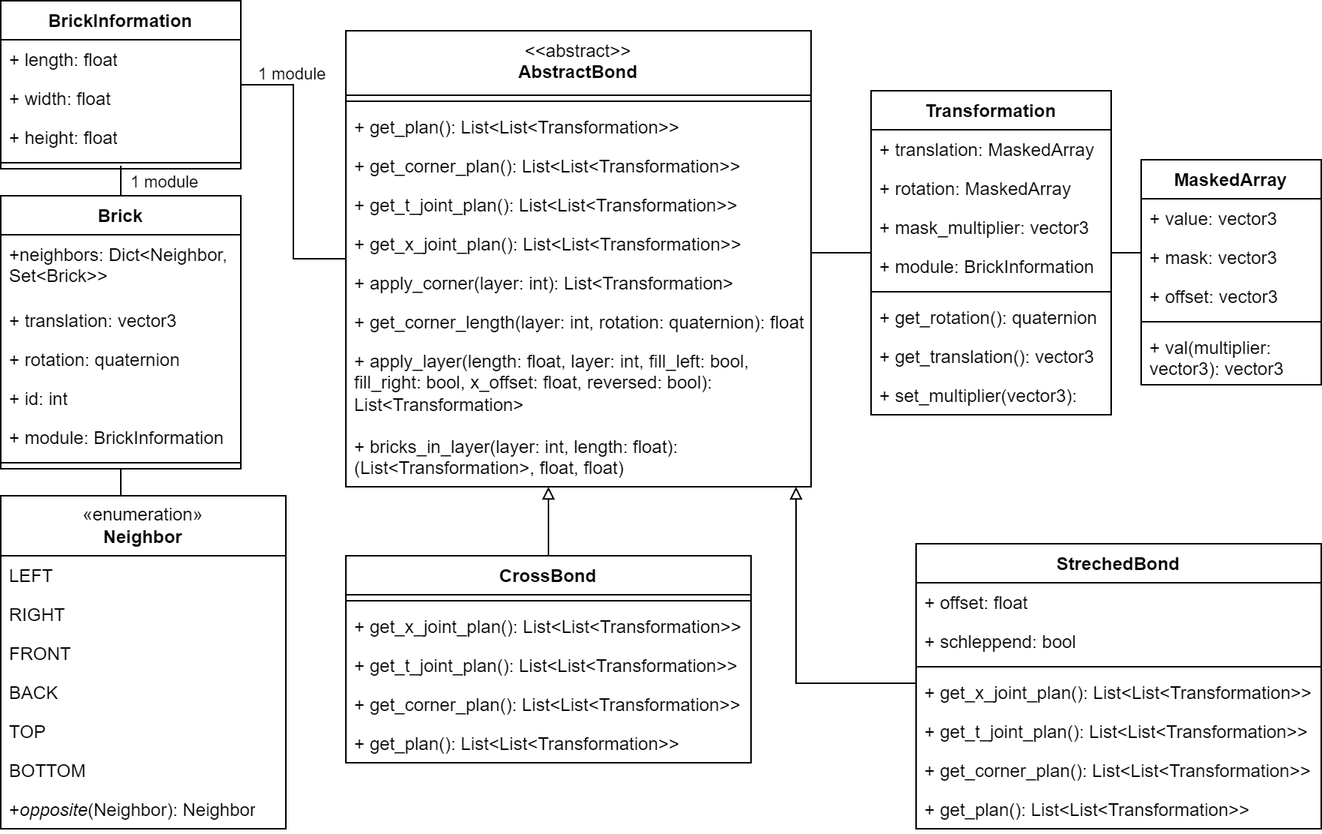
Earlier version of the draw.io export txt/fig/klassendiagramm_bonds.drawio.png (rossizero/masterarbeit). Source tidied: cells renumbered, new cells last; positions are measured from the earlier drawing's top-left corner, leaving out a move shared by most shapes.
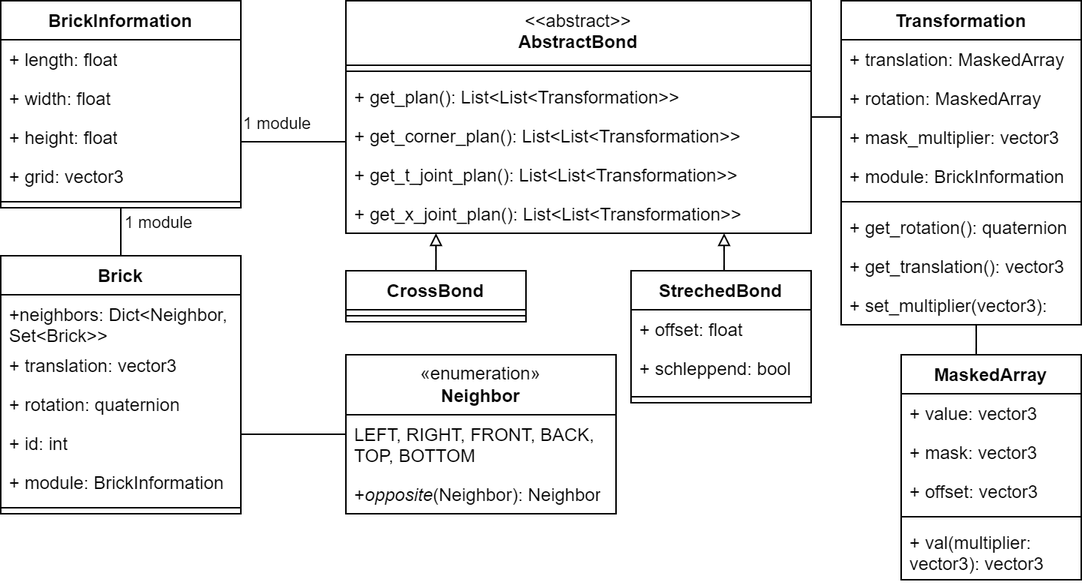
After the change.

Change to the diagram source:
```diff
@@ -3,7 +3,7 @@
     <mxCell id="0" />
     <mxCell id="1" parent="0" />
     <mxCell id="2" value="BrickInformation" style="swimlane;fontStyle=1;align=center;verticalAlign=top;horizontal=1;startSize=26;whiteSpace=wrap;html=1;" parent="1" vertex="1">
-      <mxGeometry width="160" height="112" as="geometry" />
+      <mxGeometry y="-10" width="160" height="138" as="geometry" />
     </mxCell>
     <mxCell id="3" value="+ length: float" style="text;strokeColor=none;fillColor=none;align=left;verticalAlign=top;spacingLeft=4;spacingRight=4;overflow=hidden;whiteSpace=wrap;html=1;" parent="2" vertex="1">
       <mxGeometry y="26" width="160" height="26" as="geometry" />
@@ -14,19 +14,27 @@
     <mxCell id="5" value="+ height: float" style="text;strokeColor=none;fillColor=none;align=left;verticalAlign=top;spacingLeft=4;spacingRight=4;overflow=hidden;whiteSpace=wrap;html=1;" parent="2" vertex="1">
       <mxGeometry y="78" width="160" height="26" as="geometry" />
     </mxCell>
+    <mxCell id="70" value="+ grid: vector3" style="text;strokeColor=none;fillColor=none;align=left;verticalAlign=top;spacingLeft=4;spacingRight=4;overflow=hidden;whiteSpace=wrap;html=1;" parent="2" vertex="1">
+      <mxGeometry y="104" width="160" height="26" as="geometry" />
+    </mxCell>
     <mxCell id="6" style="line;strokeWidth=1;fillColor=none;align=left;verticalAlign=middle;spacingTop=-1;spacingLeft=3;spacingRight=3;labelPosition=right;strokeColor=inherit;" parent="2" vertex="1">
-      <mxGeometry y="104" width="160" height="8" as="geometry" />
+      <mxGeometry y="130" width="160" height="8" as="geometry" />
     </mxCell>
     <mxCell id="7" style="edgeStyle=orthogonalEdgeStyle;rounded=0;jettySize=auto;html=1;endArrow=none;endFill=0;" parent="1" edge="1" source="9" target="2">
-      <mxGeometry relative="1" as="geometry" />
+      <mxGeometry relative="1" as="geometry">
+        <Array as="points">
+          <mxPoint x="210" y="84" />
+          <mxPoint x="210" y="84" />
+        </Array>
+      </mxGeometry>
     </mxCell>
     <mxCell id="8" value="1 module" style="edgeLabel;html=1;align=center;verticalAlign=middle;" parent="7" vertex="1">
       <mxGeometry x="0.85" relative="1" as="geometry">
-        <mxPoint x="-66" y="64" as="offset" />
+        <mxPoint x="-60" y="54" as="offset" />
       </mxGeometry>
     </mxCell>
     <mxCell id="9" value="&lt;span style=&quot;font-weight: normal;&quot;&gt;&amp;lt;&amp;lt;abstract&amp;gt;&amp;gt;&lt;/span&gt;&lt;br&gt;&lt;div&gt;AbstractBond&lt;/div&gt;" style="swimlane;fontStyle=1;align=center;verticalAlign=top;horizontal=1;startSize=43;whiteSpace=wrap;html=1;" parent="1" vertex="1">
-      <mxGeometry x="230" y="20" width="310" height="304" as="geometry" />
+      <mxGeometry x="230" y="-10" width="310" height="155" as="geometry" />
     </mxCell>
     <mxCell id="10" style="line;strokeWidth=1;fillColor=none;align=left;verticalAlign=middle;spacingTop=-1;spacingLeft=3;spacingRight=3;labelPosition=right;strokeColor=inherit;" parent="9" vertex="1">
       <mxGeometry y="43" width="310" height="8" as="geometry" />
@@ -43,80 +51,50 @@
     <mxCell id="14" value="+ get_x_joint_plan(): List&amp;lt;List&amp;lt;Transformation&amp;gt;&amp;gt;" style="text;strokeColor=none;fillColor=none;align=left;verticalAlign=top;spacingLeft=4;spacingRight=4;overflow=hidden;whiteSpace=wrap;html=1;" parent="9" vertex="1">
       <mxGeometry y="129" width="310" height="26" as="geometry" />
     </mxCell>
-    <mxCell id="15" value="+ apply_corner(layer: int): List&amp;lt;Transformation&amp;gt;" style="text;strokeColor=none;fillColor=none;align=left;verticalAlign=top;spacingLeft=4;spacingRight=4;overflow=hidden;whiteSpace=wrap;html=1;" parent="9" vertex="1">
-      <mxGeometry y="155" width="310" height="26" as="geometry" />
-    </mxCell>
-    <mxCell id="16" value="+ get_corner_length(layer: int, rotation: quaternion): float" style="text;strokeColor=none;fillColor=none;align=left;verticalAlign=top;spacingLeft=4;spacingRight=4;overflow=hidden;whiteSpace=wrap;html=1;" parent="9" vertex="1">
-      <mxGeometry y="181" width="310" height="26" as="geometry" />
-    </mxCell>
-    <mxCell id="17" value="+ apply_layer(length: float, layer: int, fill_left: bool, fill_right: bool, x_offset: float, reversed: bool): List&amp;lt;Transformation&amp;gt;" style="text;strokeColor=none;fillColor=none;align=left;verticalAlign=top;spacingLeft=4;spacingRight=4;overflow=hidden;whiteSpace=wrap;html=1;" parent="9" vertex="1">
-      <mxGeometry y="207" width="310" height="57" as="geometry" />
-    </mxCell>
-    <mxCell id="18" value="+ bricks_in_layer(layer: int, length: float): (List&amp;lt;Transformation&amp;gt;, float, float)" style="text;strokeColor=none;fillColor=none;align=left;verticalAlign=top;spacingLeft=4;spacingRight=4;overflow=hidden;whiteSpace=wrap;html=1;" parent="9" vertex="1">
-      <mxGeometry y="264" width="310" height="40" as="geometry" />
-    </mxCell>
     <mxCell id="19" style="edgeStyle=orthogonalEdgeStyle;rounded=0;jettySize=auto;html=1;endArrow=block;endFill=0;" parent="1" edge="1" source="20" target="9">
       <mxGeometry relative="1" as="geometry">
         <Array as="points">
-          <mxPoint x="385" y="390" />
-          <mxPoint x="385" y="390" />
+          <mxPoint x="290" y="160" />
+          <mxPoint x="290" y="160" />
         </Array>
       </mxGeometry>
     </mxCell>
     <mxCell id="20" value="CrossBond" style="swimlane;fontStyle=1;align=center;verticalAlign=top;horizontal=1;startSize=26;whiteSpace=wrap;html=1;" parent="1" vertex="1">
-      <mxGeometry x="230" y="370" width="270" height="138" as="geometry" />
+      <mxGeometry x="230" y="170" width="120" height="34" as="geometry" />
     </mxCell>
     <mxCell id="21" style="line;strokeWidth=1;fillColor=none;align=left;verticalAlign=middle;spacingTop=-1;spacingLeft=3;spacingRight=3;labelPosition=right;strokeColor=inherit;" parent="20" vertex="1">
-      <mxGeometry y="26" width="270" height="8" as="geometry" />
+      <mxGeometry y="26" width="120" height="8" as="geometry" />
     </mxCell>
-    <mxCell id="22" value="+ get_x_joint_plan(): List&amp;lt;List&amp;lt;Transformation&amp;gt;&amp;gt;" style="text;strokeColor=none;fillColor=none;align=left;verticalAlign=top;spacingLeft=4;spacingRight=4;overflow=hidden;whiteSpace=wrap;html=1;" parent="20" vertex="1">
-      <mxGeometry y="34" width="270" height="26" as="geometry" />
-    </mxCell>
-    <mxCell id="23" value="+ get_t_joint_plan(): List&amp;lt;List&amp;lt;Transformation&amp;gt;&amp;gt;" style="text;strokeColor=none;fillColor=none;align=left;verticalAlign=top;spacingLeft=4;spacingRight=4;overflow=hidden;whiteSpace=wrap;html=1;" parent="20" vertex="1">
-      <mxGeometry y="60" width="270" height="26" as="geometry" />
-    </mxCell>
-    <mxCell id="24" value="+ get_corner_plan(): List&amp;lt;List&amp;lt;Transformation&amp;gt;&amp;gt;" style="text;strokeColor=none;fillColor=none;align=left;verticalAlign=top;spacingLeft=4;spacingRight=4;overflow=hidden;whiteSpace=wrap;html=1;" parent="20" vertex="1">
-      <mxGeometry y="86" width="270" height="26" as="geometry" />
-    </mxCell>
-    <mxCell id="25" value="+ get_plan(): List&amp;lt;List&amp;lt;Transformation&amp;gt;&amp;gt;" style="text;strokeColor=none;fillColor=none;align=left;verticalAlign=top;spacingLeft=4;spacingRight=4;overflow=hidden;whiteSpace=wrap;html=1;" parent="20" vertex="1">
-      <mxGeometry y="112" width="270" height="26" as="geometry" />
-    </mxCell>
     <mxCell id="26" style="edgeStyle=orthogonalEdgeStyle;rounded=0;jettySize=auto;html=1;endArrow=block;endFill=0;" parent="1" edge="1" source="27" target="9">
       <mxGeometry relative="1" as="geometry">
         <Array as="points">
-          <mxPoint x="530" y="455" />
+          <mxPoint x="482" y="160" />
+          <mxPoint x="482" y="160" />
         </Array>
       </mxGeometry>
     </mxCell>
     <mxCell id="27" value="StrechedBond" style="swimlane;fontStyle=1;align=center;verticalAlign=top;horizontal=1;startSize=26;whiteSpace=wrap;html=1;" parent="1" vertex="1">
-      <mxGeometry x="610" y="362" width="270" height="190" as="geometry" />
+      <mxGeometry x="420" y="170" width="120" height="88" as="geometry" />
     </mxCell>
     <mxCell id="28" value="&lt;div&gt;+ offset: float&lt;/div&gt;" style="text;strokeColor=none;fillColor=none;align=left;verticalAlign=top;spacingLeft=4;spacingRight=4;overflow=hidden;whiteSpace=wrap;html=1;" parent="27" vertex="1">
-      <mxGeometry y="26" width="270" height="26" as="geometry" />
+      <mxGeometry y="26" width="120" height="26" as="geometry" />
     </mxCell>
     <mxCell id="29" value="&lt;div&gt;+ schleppend: bool&lt;/div&gt;" style="text;strokeColor=none;fillColor=none;align=left;verticalAlign=top;spacingLeft=4;spacingRight=4;overflow=hidden;whiteSpace=wrap;html=1;" parent="27" vertex="1">
-      <mxGeometry y="52" width="270" height="26" as="geometry" />
+      <mxGeometry y="52" width="120" height="28" as="geometry" />
     </mxCell>
     <mxCell id="30" style="line;strokeWidth=1;fillColor=none;align=left;verticalAlign=middle;spacingTop=-1;spacingLeft=3;spacingRight=3;labelPosition=right;strokeColor=inherit;" parent="27" vertex="1">
-      <mxGeometry y="78" width="270" height="8" as="geometry" />
+      <mxGeometry y="80" width="120" height="8" as="geometry" />
     </mxCell>
-    <mxCell id="31" value="+ get_x_joint_plan(): List&amp;lt;List&amp;lt;Transformation&amp;gt;&amp;gt;" style="text;strokeColor=none;fillColor=none;align=left;verticalAlign=top;spacingLeft=4;spacingRight=4;overflow=hidden;whiteSpace=wrap;html=1;" parent="27" vertex="1">
-      <mxGeometry y="86" width="270" height="26" as="geometry" />
-    </mxCell>
-    <mxCell id="32" value="+ get_t_joint_plan(): List&amp;lt;List&amp;lt;Transformation&amp;gt;&amp;gt;" style="text;strokeColor=none;fillColor=none;align=left;verticalAlign=top;spacingLeft=4;spacingRight=4;overflow=hidden;whiteSpace=wrap;html=1;" parent="27" vertex="1">
-      <mxGeometry y="112" width="270" height="26" as="geometry" />
-    </mxCell>
-    <mxCell id="33" value="+ get_corner_plan(): List&amp;lt;List&amp;lt;Transformation&amp;gt;&amp;gt;" style="text;strokeColor=none;fillColor=none;align=left;verticalAlign=top;spacingLeft=4;spacingRight=4;overflow=hidden;whiteSpace=wrap;html=1;" parent="27" vertex="1">
-      <mxGeometry y="138" width="270" height="26" as="geometry" />
-    </mxCell>
-    <mxCell id="34" value="+ get_plan(): List&amp;lt;List&amp;lt;Transformation&amp;gt;&amp;gt;" style="text;strokeColor=none;fillColor=none;align=left;verticalAlign=top;spacingLeft=4;spacingRight=4;overflow=hidden;whiteSpace=wrap;html=1;" parent="27" vertex="1">
-      <mxGeometry y="164" width="270" height="26" as="geometry" />
-    </mxCell>
     <mxCell id="35" style="edgeStyle=orthogonalEdgeStyle;rounded=0;jettySize=auto;html=1;endArrow=none;endFill=0;" parent="1" edge="1" source="36" target="45">
-      <mxGeometry relative="1" as="geometry" />
+      <mxGeometry relative="1" as="geometry">
+        <Array as="points">
+          <mxPoint x="650" y="220" />
+          <mxPoint x="650" y="220" />
+        </Array>
+      </mxGeometry>
     </mxCell>
     <mxCell id="36" value="Transformation" style="swimlane;fontStyle=1;align=center;verticalAlign=top;horizontal=1;startSize=26;whiteSpace=wrap;html=1;" parent="1" vertex="1">
-      <mxGeometry x="580" y="60" width="160" height="216" as="geometry" />
+      <mxGeometry x="560" y="-10" width="160" height="216" as="geometry" />
     </mxCell>
     <mxCell id="37" value="+ translation: MaskedArray" style="text;strokeColor=none;fillColor=none;align=left;verticalAlign=top;spacingLeft=4;spacingRight=4;overflow=hidden;whiteSpace=wrap;html=1;" parent="36" vertex="1">
       <mxGeometry y="26" width="160" height="26" as="geometry" />
@@ -143,7 +121,7 @@
       <mxGeometry y="190" width="160" height="26" as="geometry" />
     </mxCell>
     <mxCell id="45" value="MaskedArray" style="swimlane;fontStyle=1;align=center;verticalAlign=top;horizontal=1;startSize=26;whiteSpace=wrap;html=1;" parent="1" vertex="1">
-      <mxGeometry x="760" y="106" width="120" height="150" as="geometry" />
+      <mxGeometry x="600" y="226" width="120" height="150" as="geometry" />
     </mxCell>
     <mxCell id="46" value="+ value: vector3" style="text;strokeColor=none;fillColor=none;align=left;verticalAlign=top;spacingLeft=4;spacingRight=4;overflow=hidden;whiteSpace=wrap;html=1;" parent="45" vertex="1">
       <mxGeometry y="26" width="120" height="26" as="geometry" />
@@ -163,58 +141,43 @@
     <mxCell id="51" style="edgeStyle=orthogonalEdgeStyle;rounded=0;jettySize=auto;html=1;endArrow=none;endFill=0;" parent="1" edge="1" source="9" target="36">
       <mxGeometry relative="1" as="geometry">
         <Array as="points">
-          <mxPoint x="560" y="168" />
-          <mxPoint x="560" y="168" />
+          <mxPoint x="540" y="60" />
+          <mxPoint x="540" y="60" />
         </Array>
       </mxGeometry>
     </mxCell>
     <mxCell id="52" value="&lt;div&gt;«enumeration»&lt;/div&gt;&lt;div&gt;&lt;b&gt;Neighbor&lt;/b&gt;&lt;/div&gt;" style="swimlane;fontStyle=0;horizontal=1;startSize=40;fillColor=none;whiteSpace=wrap;html=1;" parent="1" vertex="1">
-      <mxGeometry y="330" width="190" height="222" as="geometry" />
+      <mxGeometry x="230" y="226" width="180" height="106" as="geometry" />
     </mxCell>
-    <mxCell id="53" value="LEFT" style="text;strokeColor=none;fillColor=none;align=left;verticalAlign=top;spacingLeft=4;spacingRight=4;overflow=hidden;whiteSpace=wrap;html=1;" parent="52" vertex="1">
-      <mxGeometry y="40" width="190" height="26" as="geometry" />
+    <mxCell id="53" value="LEFT, RIGHT, FRONT, BACK, TOP, BOTTOM" style="text;strokeColor=none;fillColor=none;align=left;verticalAlign=top;spacingLeft=4;spacingRight=4;overflow=hidden;whiteSpace=wrap;html=1;" parent="52" vertex="1">
+      <mxGeometry y="40" width="180" height="40" as="geometry" />
     </mxCell>
-    <mxCell id="54" value="RIGHT" style="text;strokeColor=none;fillColor=none;align=left;verticalAlign=top;spacingLeft=4;spacingRight=4;overflow=hidden;whiteSpace=wrap;html=1;" parent="52" vertex="1">
-      <mxGeometry y="66" width="190" height="26" as="geometry" />
-    </mxCell>
-    <mxCell id="55" value="FRONT" style="text;strokeColor=none;fillColor=none;align=left;verticalAlign=top;spacingLeft=4;spacingRight=4;overflow=hidden;whiteSpace=wrap;html=1;" parent="52" vertex="1">
-      <mxGeometry y="92" width="190" height="26" as="geometry" />
-    </mxCell>
-    <mxCell id="56" value="BACK" style="text;strokeColor=none;fillColor=none;align=left;verticalAlign=top;spacingLeft=4;spacingRight=4;overflow=hidden;whiteSpace=wrap;html=1;" parent="52" vertex="1">
-      <mxGeometry y="118" width="190" height="26" as="geometry" />
-    </mxCell>
-    <mxCell id="57" value="TOP" style="text;strokeColor=none;fillColor=none;align=left;verticalAlign=top;spacingLeft=4;spacingRight=4;overflow=hidden;whiteSpace=wrap;html=1;" parent="52" vertex="1">
-      <mxGeometry y="144" width="190" height="26" as="geometry" />
-    </mxCell>
-    <mxCell id="58" value="BOTTOM" style="text;strokeColor=none;fillColor=none;align=left;verticalAlign=top;spacingLeft=4;spacingRight=4;overflow=hidden;whiteSpace=wrap;html=1;" parent="52" vertex="1">
-      <mxGeometry y="170" width="190" height="26" as="geometry" />
-    </mxCell>
     <mxCell id="59" value="+&lt;i&gt;opposite&lt;/i&gt;(Neighbor): Neighbor" style="text;strokeColor=none;fillColor=none;align=left;verticalAlign=top;spacingLeft=4;spacingRight=4;overflow=hidden;whiteSpace=wrap;html=1;" parent="52" vertex="1">
-      <mxGeometry y="196" width="190" height="26" as="geometry" />
+      <mxGeometry y="80" width="180" height="26" as="geometry" />
     </mxCell>
     <mxCell id="60" style="edgeStyle=orthogonalEdgeStyle;rounded=0;jettySize=auto;html=1;exitX=0.5;exitY=0;exitDx=0;exitDy=0;endArrow=none;endFill=0;" parent="1" edge="1" source="61" target="2">
       <mxGeometry relative="1" as="geometry" />
     </mxCell>
     <mxCell id="61" value="Brick" style="swimlane;fontStyle=1;align=center;verticalAlign=top;horizontal=1;startSize=26;whiteSpace=wrap;html=1;" parent="1" vertex="1">
-      <mxGeometry y="130" width="160" height="182" as="geometry" />
+      <mxGeometry y="160" width="160" height="172" as="geometry" />
     </mxCell>
     <mxCell id="62" value="+neighbors: Dict&amp;lt;Neighbor, Set&amp;lt;Brick&amp;gt;&amp;gt;" style="text;strokeColor=none;fillColor=none;align=left;verticalAlign=top;spacingLeft=4;spacingRight=4;overflow=hidden;whiteSpace=wrap;html=1;" parent="61" vertex="1">
-      <mxGeometry y="26" width="160" height="44" as="geometry" />
+      <mxGeometry y="26" width="160" height="34" as="geometry" />
     </mxCell>
     <mxCell id="63" value="+ translation: vector3" style="text;strokeColor=none;fillColor=none;align=left;verticalAlign=top;spacingLeft=4;spacingRight=4;overflow=hidden;whiteSpace=wrap;html=1;" parent="61" vertex="1">
-      <mxGeometry y="70" width="160" height="26" as="geometry" />
+      <mxGeometry y="60" width="160" height="26" as="geometry" />
     </mxCell>
     <mxCell id="64" value="+ rotation: quaternion" style="text;strokeColor=none;fillColor=none;align=left;verticalAlign=top;spacingLeft=4;spacingRight=4;overflow=hidden;whiteSpace=wrap;html=1;" parent="61" vertex="1">
-      <mxGeometry y="96" width="160" height="26" as="geometry" />
+      <mxGeometry y="86" width="160" height="26" as="geometry" />
     </mxCell>
     <mxCell id="65" value="+ id: int" style="text;strokeColor=none;fillColor=none;align=left;verticalAlign=top;spacingLeft=4;spacingRight=4;overflow=hidden;whiteSpace=wrap;html=1;" parent="61" vertex="1">
-      <mxGeometry y="122" width="160" height="26" as="geometry" />
+      <mxGeometry y="112" width="160" height="26" as="geometry" />
     </mxCell>
     <mxCell id="66" value="+ module: BrickInformation" style="text;strokeColor=none;fillColor=none;align=left;verticalAlign=top;spacingLeft=4;spacingRight=4;overflow=hidden;whiteSpace=wrap;html=1;" parent="61" vertex="1">
-      <mxGeometry y="148" width="160" height="26" as="geometry" />
+      <mxGeometry y="138" width="160" height="26" as="geometry" />
     </mxCell>
     <mxCell id="67" style="line;strokeWidth=1;fillColor=none;align=left;verticalAlign=middle;spacingTop=-1;spacingLeft=3;spacingRight=3;labelPosition=right;strokeColor=inherit;" parent="61" vertex="1">
-      <mxGeometry y="174" width="160" height="8" as="geometry" />
+      <mxGeometry y="164" width="160" height="8" as="geometry" />
     </mxCell>
     <mxCell id="68" style="edgeStyle=orthogonalEdgeStyle;rounded=0;jettySize=auto;html=1;endArrow=none;endFill=0;" parent="1" edge="1" source="52" target="61">
       <mxGeometry relative="1" as="geometry">
@@ -225,7 +188,7 @@
       </mxGeometry>
     </mxCell>
     <mxCell id="69" value="1 module" style="edgeLabel;html=1;align=center;verticalAlign=middle;" parent="1" vertex="1">
-      <mxGeometry x="130" y="60" as="geometry">
+      <mxGeometry x="121" y="84" as="geometry">
         <mxPoint x="63" y="-12" as="offset" />
       </mxGeometry>
     </mxCell>
```
